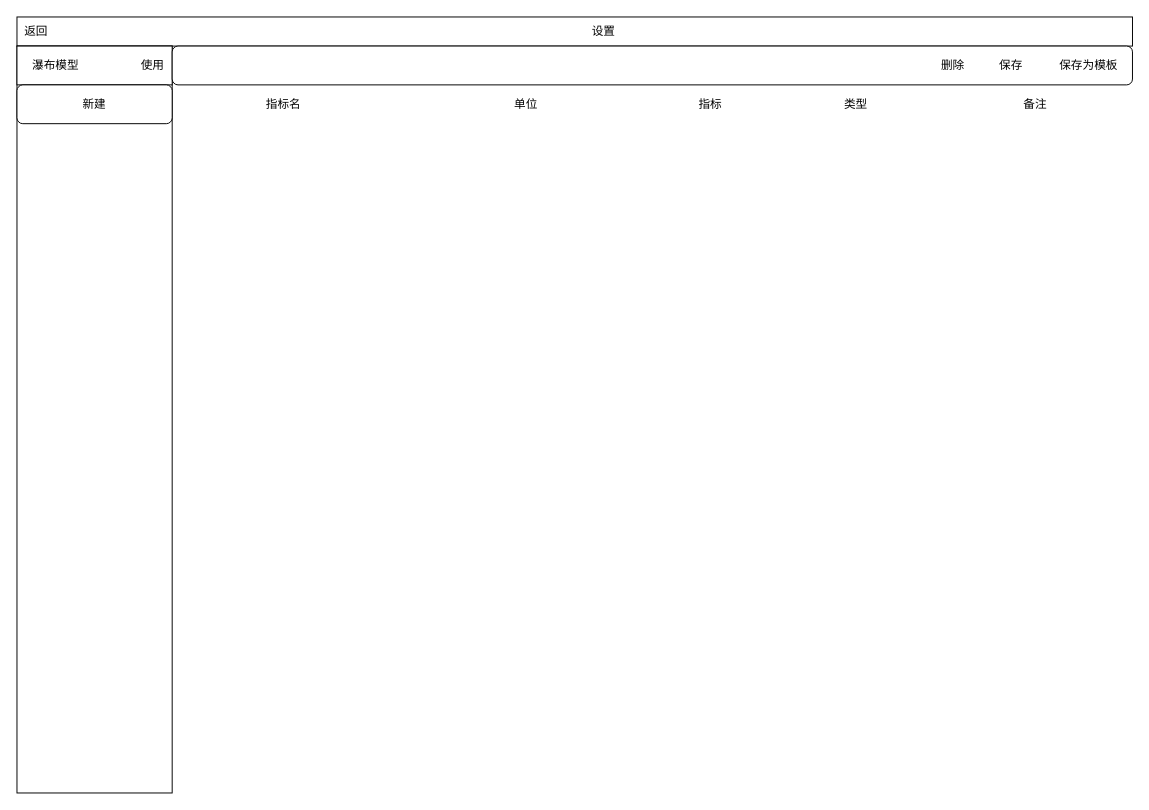
Earlier version of the draw.io diagram page "pm-project-process-management" (16 of 24) of project-in-action/software-develop-management-system/doc/design/ui/sdms.drawio (callistoctopus/project-all-in-one). Source tidied: cells renumbered, new cells numbered last; positions are measured from the earlier drawing's top-left corner, leaving out a move shared by most shapes. Both pictures are drawn from the tidied source at 97%, with x=0, y=0 at pixel (16, 16).
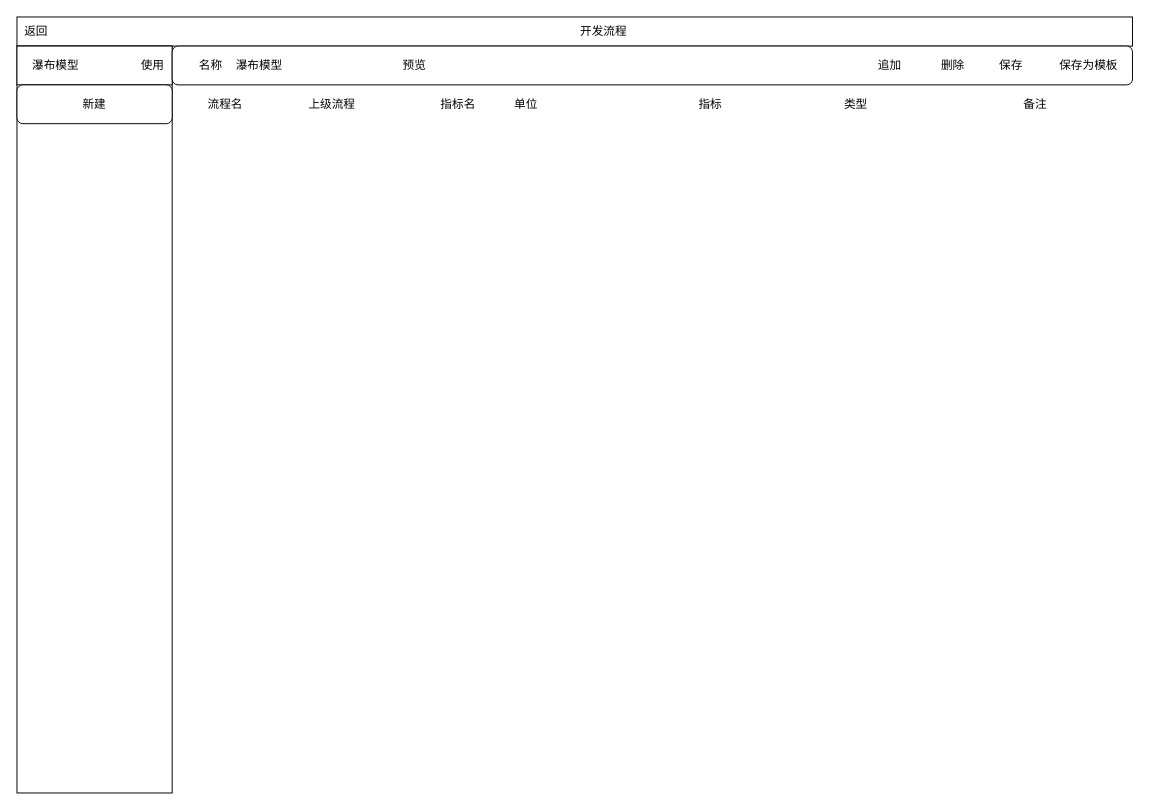
The same page after the edit.

What changed in the source:
```diff
@@
-    <mxCell id="3" value="设置" style="text;html=1;strokeColor=none;fillColor=none;align=center;verticalAlign=middle;whiteSpace=wrap;rounded=0;" parent="1" vertex="1">
+    <mxCell id="3" value="开发流程" style="text;html=1;strokeColor=none;fillColor=none;align=center;verticalAlign=middle;whiteSpace=wrap;rounded=0;" parent="1" vertex="1">
       <mxGeometry x="530" y="5" width="150" height="20" as="geometry" />
     </mxCell>
@@
     <mxCell id="8" value="指标名" style="text;html=1;strokeColor=none;fillColor=none;align=center;verticalAlign=middle;whiteSpace=wrap;rounded=0;" parent="1" vertex="1">
-      <mxGeometry x="220" y="80" width="110" height="20" as="geometry" />
+      <mxGeometry x="400" y="80" width="110" height="20" as="geometry" />
     </mxCell>
@@
+    <mxCell id="19" value="流程名" style="text;html=1;strokeColor=none;fillColor=none;align=center;verticalAlign=middle;whiteSpace=wrap;rounded=0;" parent="1" vertex="1">
+      <mxGeometry x="160" y="80" width="110" height="20" as="geometry" />
+    </mxCell>
+    <mxCell id="20" value="上级流程" style="text;html=1;strokeColor=none;fillColor=none;align=center;verticalAlign=middle;whiteSpace=wrap;rounded=0;" parent="1" vertex="1">
+      <mxGeometry x="270" y="80" width="110" height="20" as="geometry" />
+    </mxCell>
+    <mxCell id="21" value="预览" style="text;html=1;strokeColor=none;fillColor=none;align=center;verticalAlign=middle;whiteSpace=wrap;rounded=0;" parent="1" vertex="1">
+      <mxGeometry x="380" y="40" width="60" height="20" as="geometry" />
+    </mxCell>
+    <mxCell id="22" value="追加" style="text;html=1;strokeColor=none;fillColor=none;align=center;verticalAlign=middle;whiteSpace=wrap;rounded=0;" parent="1" vertex="1">
+      <mxGeometry x="870" y="40" width="60" height="20" as="geometry" />
+    </mxCell>
+    <mxCell id="23" value="名称" style="text;html=1;strokeColor=none;fillColor=none;align=center;verticalAlign=middle;whiteSpace=wrap;rounded=0;" parent="1" vertex="1">
+      <mxGeometry x="170" y="40" width="60" height="20" as="geometry" />
+    </mxCell>
+    <mxCell id="24" value="瀑布模型" style="text;html=1;strokeColor=none;fillColor=none;align=center;verticalAlign=middle;whiteSpace=wrap;rounded=0;" parent="1" vertex="1">
+      <mxGeometry x="210" y="40" width="80" height="20" as="geometry" />
+    </mxCell>
```
